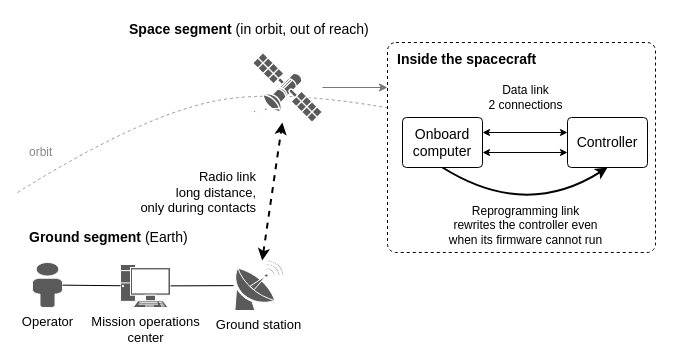
The draw.io diagram docs/conops/fig-segments.drawio in Tocki28/fail-safe-in-orbit-reprogramming, before the edit. Source tidied: cells renumbered, new cells numbered last; positions are measured from the earlier drawing's top-left corner, leaving out a move shared by most shapes. Both pictures are drawn from the tidied source at 100%, with x=0, y=0 at pixel (17, 17).
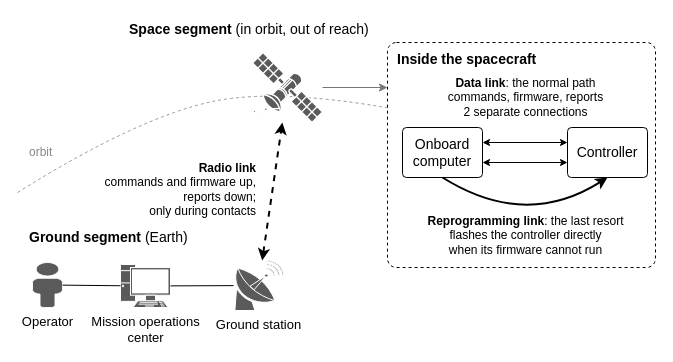
After the change.

Commit message (it also covers changes not shown here):
Figure 1 and caption: say what each link is for

Unchanged cells that the change refers to:
```xml
<mxCell id="5" style="shape=mxgraph.networks.satellite;html=1;fillColor=#5A5A5A;strokeColor=#FFFFFF;outlineConnect=0;" parent="1" vertex="1">
  <mxGeometry x="235" y="35" width="70" height="70" as="geometry" />
</mxCell>
```

The edit, as a diff of the source:
```diff
@@
     <mxCell id="6" value="&lt;b&gt;Inside the spacecraft&lt;/b&gt;" style="rounded=1;arcSize=4;dashed=1;whiteSpace=wrap;html=1;fillColor=#FFFFFF;verticalAlign=top;align=left;spacingLeft=8;spacingTop=2;fontSize=14;" parent="1" vertex="1">
-      <mxGeometry x="370" y="25" width="268" height="210" as="geometry" />
+      <mxGeometry x="370" y="25" width="268" height="225" as="geometry" />
     </mxCell>
     <mxCell id="7" value="Onboard&lt;br&gt;computer" style="rounded=1;arcSize=8;whiteSpace=wrap;html=1;fillColor=#FFFFFF;fontSize=14;" parent="1" vertex="1">
-      <mxGeometry x="385" y="100" width="80" height="50" as="geometry" />
+      <mxGeometry x="385" y="110" width="80" height="50" as="geometry" />
     </mxCell>
     <mxCell id="8" value="Controller" style="rounded=1;arcSize=8;whiteSpace=wrap;html=1;fillColor=#FFFFFF;fontSize=14;" parent="1" vertex="1">
-      <mxGeometry x="550" y="100" width="80" height="50" as="geometry" />
+      <mxGeometry x="550" y="110" width="80" height="50" as="geometry" />
     </mxCell>
@@
     <mxCell id="11" style="curved=1;endArrow=classic;html=1;exitX=0.5;exitY=1;exitDx=0;exitDy=0;entryX=0.5;entryY=1;entryDx=0;entryDy=0;strokeWidth=2;labelBackgroundColor=#FFFFFF;fontSize=13;endSize=6;" parent="1" edge="1" source="7" target="8">
       <mxGeometry relative="1" as="geometry">
         <Array as="points">
-          <mxPoint x="508" y="202" />
+          <mxPoint x="508" y="212" />
         </Array>
       </mxGeometry>
     </mxCell>
-    <mxCell id="12" value="Reprogramming link&lt;br&gt;rewrites the controller even&lt;br&gt;when its firmware cannot run" style="text;html=1;align=center;verticalAlign=top;fontSize=12;" parent="1" vertex="1">
-      <mxGeometry x="418" y="180" width="180" height="48" as="geometry" />
+    <mxCell id="12" value="&lt;b&gt;Reprogramming link&lt;/b&gt;: the last resort&lt;br&gt;flashes the controller directly&lt;br&gt;when its firmware cannot run" style="text;html=1;align=center;verticalAlign=top;fontSize=12;" parent="1" vertex="1">
+      <mxGeometry x="408" y="190" width="200" height="48" as="geometry" />
     </mxCell>
-    <mxCell id="13" style="endArrow=classic;html=1;strokeColor=#777777;exitX=1;exitY=0.5;exitDx=0;exitDy=0;entryX=0;entryY=0.2143;entryDx=0;entryDy=0;endSize=6;" parent="1" edge="1" source="5" target="6">
+    <mxCell id="13" style="endArrow=classic;html=1;strokeColor=#777777;exitX=1;exitY=0.5;exitDx=0;exitDy=0;entryX=0;entryY=0.2;entryDx=0;entryDy=0;endSize=6;" parent="1" edge="1" source="5" target="6">
       <mxGeometry relative="1" as="geometry" />
     </mxCell>
-    <mxCell id="14" value="Data link&lt;br&gt;2 connections" style="text;html=1;align=center;verticalAlign=middle;fontSize=12;" parent="1" vertex="1">
-      <mxGeometry x="455" y="64" width="105" height="32" as="geometry" />
+    <mxCell id="14" value="&lt;b&gt;Data link&lt;/b&gt;: the normal path&lt;br&gt;commands, firmware, reports&lt;br&gt;2 separate connections" style="text;html=1;align=center;verticalAlign=middle;fontSize=12;" parent="1" vertex="1">
+      <mxGeometry x="408" y="56" width="200" height="48" as="geometry" />
     </mxCell>
@@
-    <mxCell id="22" value="Radio link&lt;br&gt;long distance,&lt;br&gt;only during contacts" style="text;html=1;align=right;verticalAlign=middle;fontSize=13;" parent="1" vertex="1">
-      <mxGeometry x="85" y="146" width="155" height="58" as="geometry" />
+    <mxCell id="22" value="&lt;b&gt;Radio link&lt;/b&gt;&lt;br&gt;commands and firmware up,&lt;br&gt;reports down;&lt;br&gt;only during contacts" style="text;html=1;align=right;verticalAlign=middle;fontSize=12;" parent="1" vertex="1">
+      <mxGeometry x="70" y="140" width="170" height="64" as="geometry" />
     </mxCell>
```
